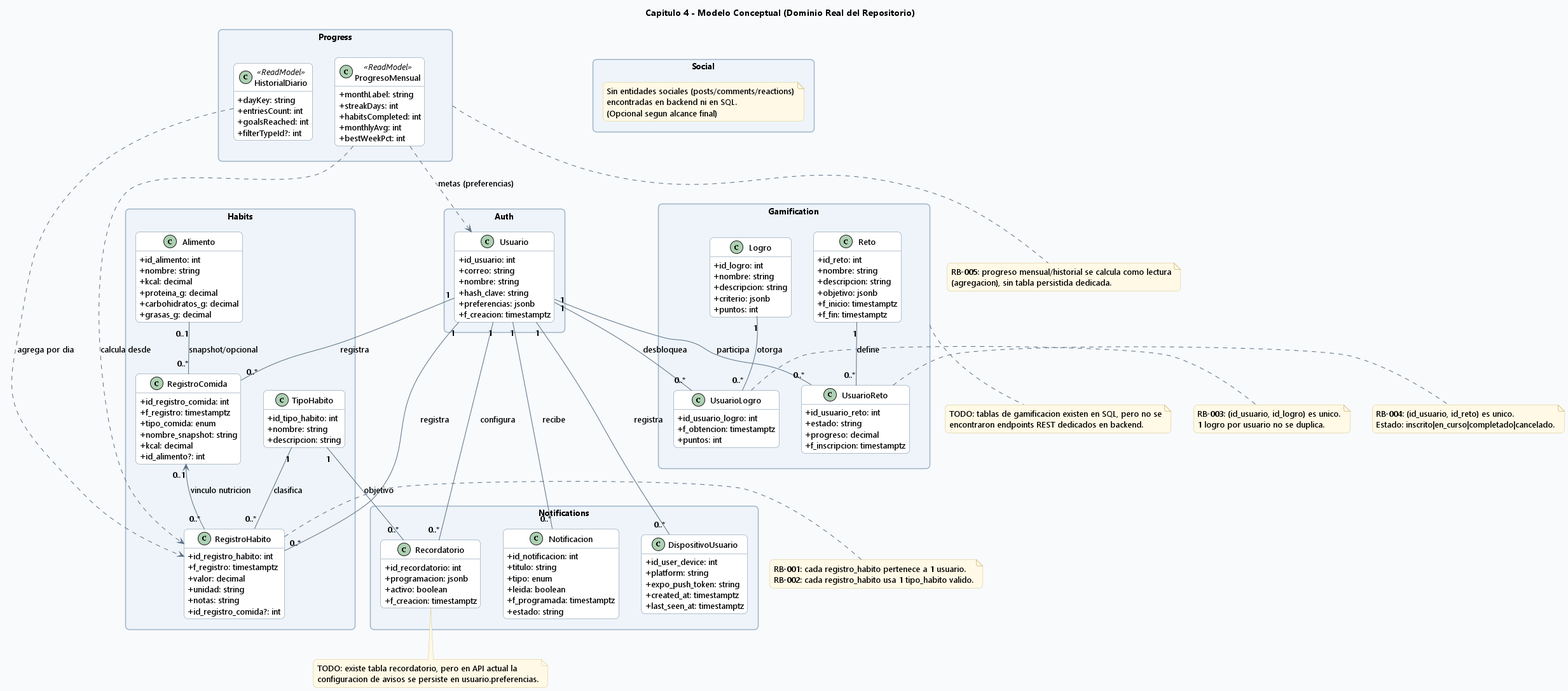
Above: out/docs/diagrams/cap4/01_modelo_conceptual/01_modelo_conceptual.png in TPerez13/TFG (PlantUML), before the change. Source of this version:
```plantuml
@startuml

skinparam backgroundColor #F8FAFC
skinparam shadowing false
skinparam roundcorner 12
skinparam defaultFontName Segoe UI
skinparam defaultFontSize 13
skinparam ArrowColor #5B7083
skinparam ArrowThickness 1
skinparam packageStyle rectangle
skinparam packageBorderColor #9FB3C8
skinparam packageBackgroundColor #EEF4FA
skinparam classBackgroundColor #FFFFFF
skinparam classBorderColor #6E879D
skinparam classAttributeIconSize 0
skinparam noteBackgroundColor #FFF9E6
skinparam noteBorderColor #D7C58A

hide methods

title Capitulo 4 - Modelo Conceptual (Dominio Real del Repositorio)

package "Auth" {
  class Usuario {
    +id_usuario: int
    +correo: string
    +nombre: string
    +hash_clave: string
    +preferencias: jsonb
    +f_creacion: timestamptz
  }
}

package "Habits" {
  class TipoHabito {
    +id_tipo_habito: int
    +nombre: string
    +descripcion: string
  }

  class RegistroHabito {
    +id_registro_habito: int
    +f_registro: timestamptz
    +valor: decimal
    +unidad: string
    +notas: string
    +id_registro_comida?: int
  }

  class Alimento {
    +id_alimento: int
    +nombre: string
    +kcal: decimal
    +proteina_g: decimal
    +carbohidratos_g: decimal
    +grasas_g: decimal
  }

  class RegistroComida {
    +id_registro_comida: int
    +f_registro: timestamptz
    +tipo_comida: enum
    +nombre_snapshot: string
    +kcal: decimal
    +id_alimento?: int
  }
}

package "Progress" {
  class ProgresoMensual <<ReadModel>> {
    +monthLabel: string
    +streakDays: int
    +habitsCompleted: int
    +monthlyAvg: int
    +bestWeekPct: int
  }

  class HistorialDiario <<ReadModel>> {
    +dayKey: string
    +entriesCount: int
    +goalsReached: int
    +filterTypeId?: int
  }
}

package "Notifications" {
  class Recordatorio {
    +id_recordatorio: int
    +programacion: jsonb
    +activo: boolean
    +f_creacion: timestamptz
  }

  class Notificacion {
    +id_notificacion: int
    +titulo: string
    +tipo: enum
    +leida: boolean
    +f_programada: timestamptz
    +estado: string
  }

  class DispositivoUsuario {
    +id_user_device: int
    +platform: string
    +expo_push_token: string
    +created_at: timestamptz
    +last_seen_at: timestamptz
  }
}

package "Gamification" {
  class Logro {
    +id_logro: int
    +nombre: string
    +descripcion: string
    +criterio: jsonb
    +puntos: int
  }

  class UsuarioLogro {
    +id_usuario_logro: int
    +f_obtencion: timestamptz
    +puntos: int
  }

  class Reto {
    +id_reto: int
    +nombre: string
    +descripcion: string
    +objetivo: jsonb
    +f_inicio: timestamptz
    +f_fin: timestamptz
  }

  class UsuarioReto {
    +id_usuario_reto: int
    +estado: string
    +progreso: decimal
    +f_inscripcion: timestamptz
  }
}

package "Social" {
  note "Sin entidades sociales (posts/comments/reactions)\nencontradas en backend ni en SQL.\n(Opcional segun alcance final)" as N_SOCIAL
}

Usuario "1" -- "0..*" RegistroHabito : registra
TipoHabito "1" -- "0..*" RegistroHabito : clasifica

Usuario "1" -- "0..*" RegistroComida : registra
Alimento "0..1" -- "0..*" RegistroComida : snapshot/opcional
RegistroComida "0..1" <-- "0..*" RegistroHabito : vinculo nutricion

Usuario "1" -- "0..*" Recordatorio : configura
TipoHabito "1" -- "0..*" Recordatorio : objetivo
Usuario "1" -- "0..*" Notificacion : recibe
Usuario "1" -- "0..*" DispositivoUsuario : registra

Usuario "1" -- "0..*" UsuarioLogro : desbloquea
Logro "1" -- "0..*" UsuarioLogro : otorga
Usuario "1" -- "0..*" UsuarioReto : participa
Reto "1" -- "0..*" UsuarioReto : define

ProgresoMensual ..> RegistroHabito : calcula desde
ProgresoMensual ..> Usuario : metas (preferencias)
HistorialDiario ..> RegistroHabito : agrega por dia

note right of RegistroHabito
RB-001: cada registro_habito pertenece a 1 usuario.
RB-002: cada registro_habito usa 1 tipo_habito valido.
end note

note right of UsuarioLogro
RB-003: (id_usuario, id_logro) es unico.
1 logro por usuario no se duplica.
end note

note right of UsuarioReto
RB-004: (id_usuario, id_reto) es unico.
Estado: inscrito|en_curso|completado|cancelado.
end note

note bottom of Recordatorio
TODO: existe tabla recordatorio, pero en API actual la
configuracion de avisos se persiste en usuario.preferencias.
end note

note bottom of Gamification
TODO: tablas de gamificacion existen en SQL, pero no se
encontraron endpoints REST dedicados en backend.
end note

note bottom of Progress
RB-005: progreso mensual/historial se calcula como lectura
(agregacion), sin tabla persistida dedicada.
end note

@enduml
```
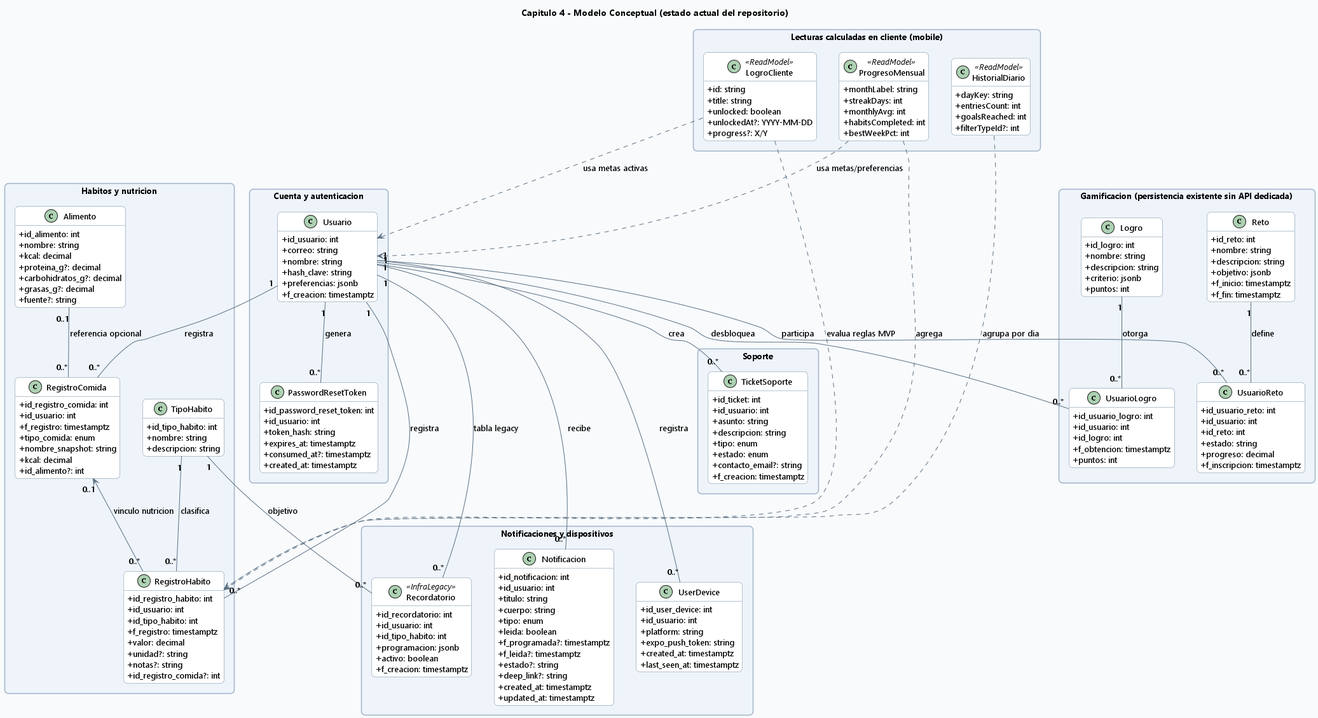
After the commit.

Diff of the diagram source:
```diff
@@ -18,9 +18,9 @@
 
 hide methods
 
-title Capitulo 4 - Modelo Conceptual (Dominio Real del Repositorio)
+title Capitulo 4 - Modelo Conceptual (estado actual del repositorio)
 
-package "Auth" {
+package "Cuenta y autenticacion" {
   class Usuario {
     +id_usuario: int
     +correo: string
@@ -29,9 +29,18 @@
     +preferencias: jsonb
     +f_creacion: timestamptz
   }
+
+  class PasswordResetToken {
+    +id_password_reset_token: int
+    +id_usuario: int
+    +token_hash: string
+    +expires_at: timestamptz
+    +consumed_at?: timestamptz
+    +created_at: timestamptz
+  }
 }
 
-package "Habits" {
+package "Habitos y nutricion" {
   class TipoHabito {
     +id_tipo_habito: int
     +nombre: string
@@ -40,10 +49,12 @@
 
   class RegistroHabito {
     +id_registro_habito: int
+    +id_usuario: int
+    +id_tipo_habito: int
     +f_registro: timestamptz
     +valor: decimal
-    +unidad: string
-    +notas: string
+    +unidad?: string
+    +notas?: string
     +id_registro_comida?: int
   }
 
@@ -51,13 +62,15 @@
     +id_alimento: int
     +nombre: string
     +kcal: decimal
-    +proteina_g: decimal
-    +carbohidratos_g: decimal
-    +grasas_g: decimal
+    +proteina_g?: decimal
+    +carbohidratos_g?: decimal
+    +grasas_g?: decimal
+    +fuente?: string
   }
 
   class RegistroComida {
     +id_registro_comida: int
+    +id_usuario: int
     +f_registro: timestamptz
     +tipo_comida: enum
     +nombre_snapshot: string
@@ -66,12 +79,60 @@
   }
 }
 
-package "Progress" {
+package "Notificaciones y dispositivos" {
+  class Notificacion {
+    +id_notificacion: int
+    +id_usuario: int
+    +titulo: string
+    +cuerpo: string
+    +tipo: enum
+    +leida: boolean
+    +f_programada?: timestamptz
+    +f_leida?: timestamptz
+    +estado?: string
+    +deep_link?: string
+    +created_at: timestamptz
+    +updated_at: timestamptz
+  }
+
+  class UserDevice {
+    +id_user_device: int
+    +id_usuario: int
+    +platform: string
+    +expo_push_token: string
+    +created_at: timestamptz
+    +last_seen_at: timestamptz
+  }
+
+  class Recordatorio <<InfraLegacy>> {
+    +id_recordatorio: int
+    +id_usuario: int
+    +id_tipo_habito: int
+    +programacion: jsonb
+    +activo: boolean
+    +f_creacion: timestamptz
+  }
+}
+
+package "Soporte" {
+  class TicketSoporte {
+    +id_ticket: int
+    +id_usuario: int
+    +asunto: string
+    +descripcion: string
+    +tipo: enum
+    +estado: enum
+    +contacto_email?: string
+    +f_creacion: timestamptz
+  }
+}
+
+package "Lecturas calculadas en cliente (mobile)" {
   class ProgresoMensual <<ReadModel>> {
     +monthLabel: string
     +streakDays: int
+    +monthlyAvg: int
     +habitsCompleted: int
-    +monthlyAvg: int
     +bestWeekPct: int
   }
 
@@ -81,35 +142,17 @@
     +goalsReached: int
     +filterTypeId?: int
   }
-}
 
-package "Notifications" {
-  class Recordatorio {
-    +id_recordatorio: int
-    +programacion: jsonb
-    +activo: boolean
-    +f_creacion: timestamptz
-  }
-
-  class Notificacion {
-    +id_notificacion: int
-    +titulo: string
-    +tipo: enum
-    +leida: boolean
-    +f_programada: timestamptz
-    +estado: string
-  }
-
-  class DispositivoUsuario {
-    +id_user_device: int
-    +platform: string
-    +expo_push_token: string
-    +created_at: timestamptz
-    +last_seen_at: timestamptz
+  class LogroCliente <<ReadModel>> {
+    +id: string
+    +title: string
+    +unlocked: boolean
+    +unlockedAt?: YYYY-MM-DD
+    +progress?: X/Y
   }
 }
 
-package "Gamification" {
+package "Gamificacion (persistencia existente sin API dedicada)" {
   class Logro {
     +id_logro: int
     +nombre: string
@@ -120,6 +163,8 @@
 
   class UsuarioLogro {
     +id_usuario_logro: int
+    +id_usuario: int
+    +id_logro: int
     +f_obtencion: timestamptz
     +puntos: int
   }
@@ -135,65 +180,38 @@
 
   class UsuarioReto {
     +id_usuario_reto: int
+    +id_usuario: int
+    +id_reto: int
     +estado: string
     +progreso: decimal
     +f_inscripcion: timestamptz
   }
 }
 
-package "Social" {
-  note "Sin entidades sociales (posts/comments/reactions)\nencontradas en backend ni en SQL.\n(Opcional segun alcance final)" as N_SOCIAL
-}
+Usuario "1" -- "0..*" PasswordResetToken : genera
 
 Usuario "1" -- "0..*" RegistroHabito : registra
 TipoHabito "1" -- "0..*" RegistroHabito : clasifica
 
 Usuario "1" -- "0..*" RegistroComida : registra
-Alimento "0..1" -- "0..*" RegistroComida : snapshot/opcional
+Alimento "0..1" -- "0..*" RegistroComida : referencia opcional
 RegistroComida "0..1" <-- "0..*" RegistroHabito : vinculo nutricion
 
-Usuario "1" -- "0..*" Recordatorio : configura
+Usuario "1" -- "0..*" Notificacion : recibe
+Usuario "1" -- "0..*" UserDevice : registra
+Usuario "1" -- "0..*" TicketSoporte : crea
+
+Usuario "1" -- "0..*" Recordatorio : tabla legacy
 TipoHabito "1" -- "0..*" Recordatorio : objetivo
-Usuario "1" -- "0..*" Notificacion : recibe
-Usuario "1" -- "0..*" DispositivoUsuario : registra
 
 Usuario "1" -- "0..*" UsuarioLogro : desbloquea
 Logro "1" -- "0..*" UsuarioLogro : otorga
 Usuario "1" -- "0..*" UsuarioReto : participa
 Reto "1" -- "0..*" UsuarioReto : define
 
-ProgresoMensual ..> RegistroHabito : calcula desde
-ProgresoMensual ..> Usuario : metas (preferencias)
-HistorialDiario ..> RegistroHabito : agrega por dia
-
-note right of RegistroHabito
-RB-001: cada registro_habito pertenece a 1 usuario.
-RB-002: cada registro_habito usa 1 tipo_habito valido.
-end note
-
-note right of UsuarioLogro
-RB-003: (id_usuario, id_logro) es unico.
-1 logro por usuario no se duplica.
-end note
-
-note right of UsuarioReto
-RB-004: (id_usuario, id_reto) es unico.
-Estado: inscrito|en_curso|completado|cancelado.
-end note
-
-note bottom of Recordatorio
-TODO: existe tabla recordatorio, pero en API actual la
-configuracion de avisos se persiste en usuario.preferencias.
-end note
-
-note bottom of Gamification
-TODO: tablas de gamificacion existen en SQL, pero no se
-encontraron endpoints REST dedicados en backend.
-end note
-
-note bottom of Progress
-RB-005: progreso mensual/historial se calcula como lectura
-(agregacion), sin tabla persistida dedicada.
-end note
-
+ProgresoMensual ..> RegistroHabito : agrega
+ProgresoMensual ..> Usuario : usa metas/preferencias
+HistorialDiario ..> RegistroHabito : agrupa por dia
+LogroCliente ..> RegistroHabito : evalua reglas MVP
+LogroCliente ..> Usuario : usa metas activas
 @enduml
```
